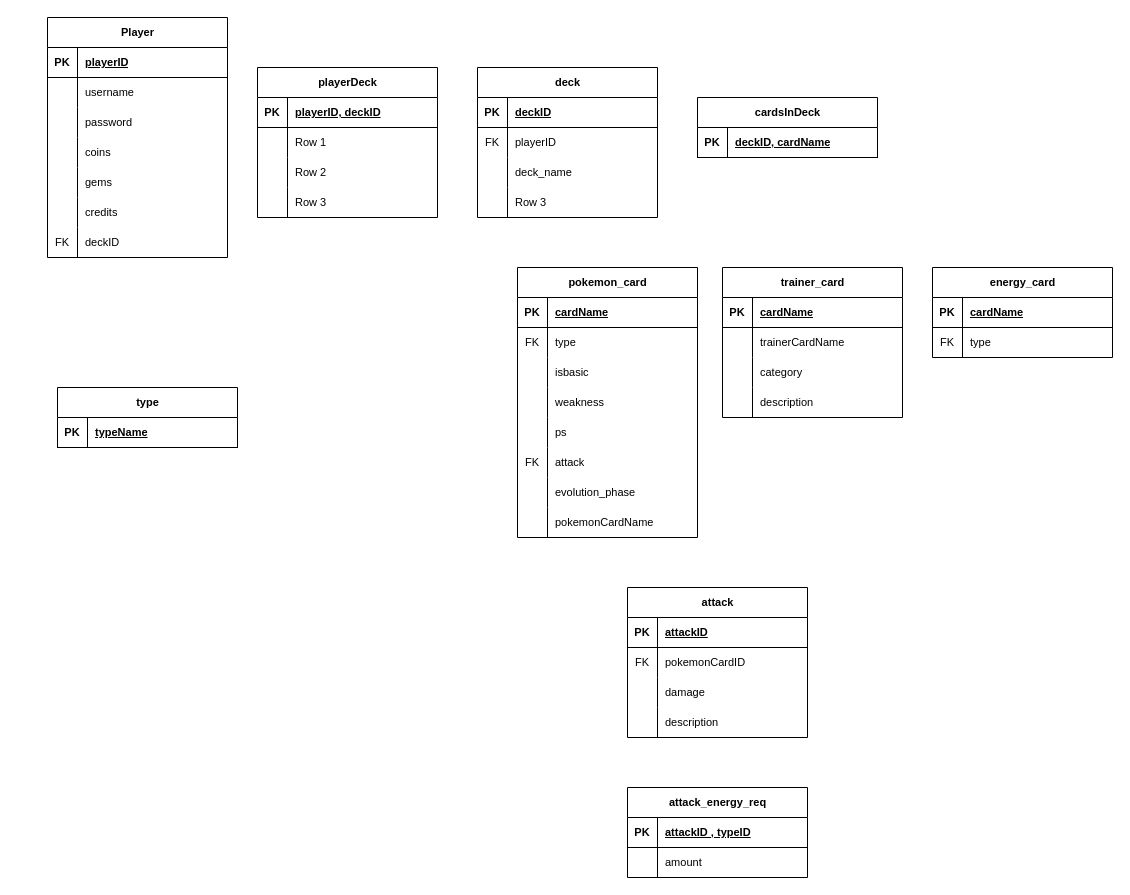
Earlier version of the draw.io diagram basedatos/Untitled Diagram.drawio (sofia-lpz/a01028251_TC2005B). Source tidied: cells renumbered, new cells numbered last; positions are measured from the earlier drawing's top-left corner, leaving out a move shared by most shapes. Both pictures are drawn from the tidied source at 100%, with x=0, y=0 at pixel (47, 17).
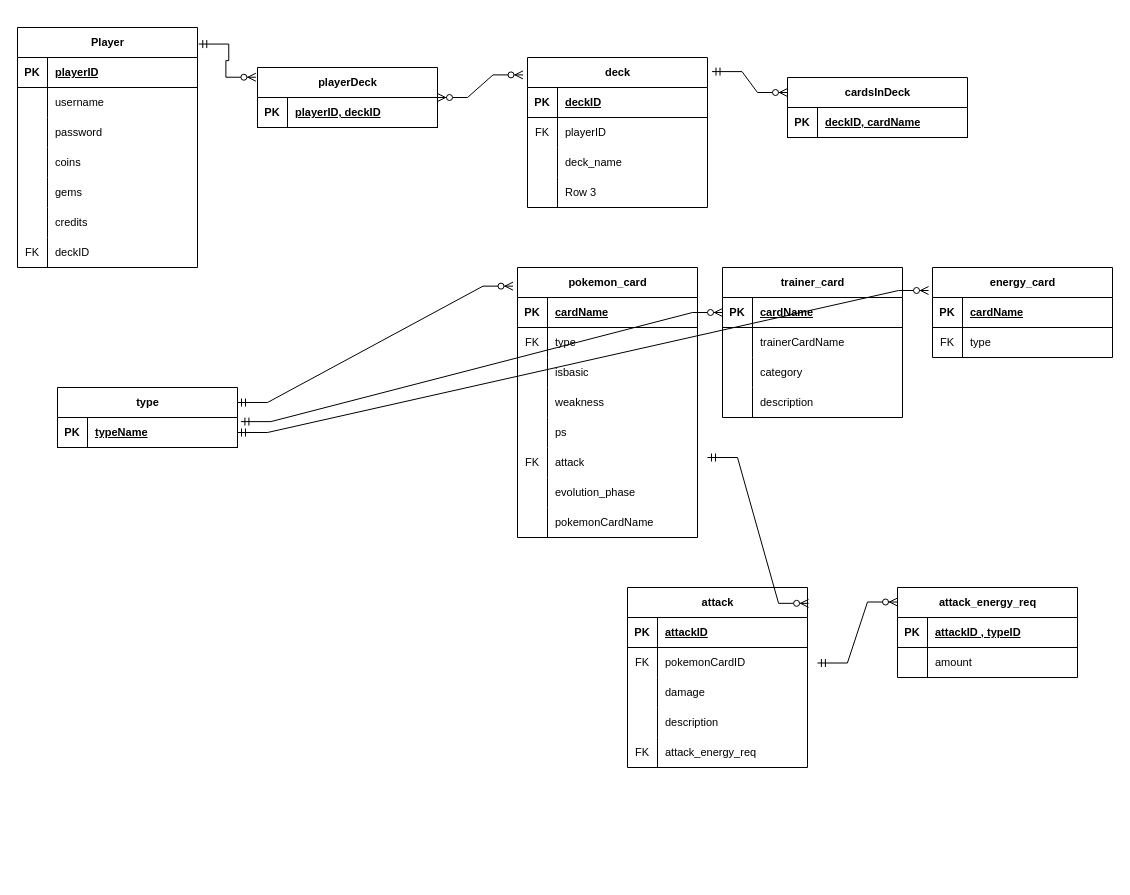
The same diagram, later.

The change refers to these unchanged cells:
```xml
<mxCell id="37" value="type" style="shape=table;startSize=30;childLayout=tableLayout;rowLines=0;fontStyle=1;align=center;html=1;fontFamily=Helvetica;fontSize=11;fontColor=default;labelBackgroundColor=default;" parent="1" vertex="1">
  <mxGeometry x="10" y="370" width="180" height="60" as="geometry" />
</mxCell>
<mxCell id="38" style="shape=tableRow;horizontal=0;startSize=0;swimlaneHead=0;swimlaneBody=0;fillColor=none;points=[[0,0.5],[1,0.5]];portConstraint=eastwest;top=0;left=0;right=0;bottom=1;fontFamily=Helvetica;fontSize=11;fontColor=default;labelBackgroundColor=default;" parent="37" vertex="1">
  <mxGeometry y="30" width="180" height="30" as="geometry" />
</mxCell>
<mxCell id="78" value="pokemon_card" style="shape=table;startSize=30;childLayout=tableLayout;rowLines=0;fontStyle=1;align=center;html=1;fontFamily=Helvetica;fontSize=11;fontColor=default;labelBackgroundColor=default;" parent="1" vertex="1">
  <mxGeometry x="470" y="250" width="180" height="270" as="geometry" />
</mxCell>
<mxCell id="104" style="shape=tableRow;horizontal=0;startSize=0;swimlaneHead=0;swimlaneBody=0;fillColor=none;points=[[0,0.5],[1,0.5]];portConstraint=eastwest;top=0;left=0;right=0;bottom=1;fontFamily=Helvetica;fontSize=11;fontColor=default;labelBackgroundColor=default;" parent="103" vertex="1">
  <mxGeometry y="30" width="180" height="30" as="geometry" />
</mxCell>
<mxCell id="117" style="shape=tableRow;horizontal=0;startSize=0;swimlaneHead=0;swimlaneBody=0;fillColor=none;points=[[0,0.5],[1,0.5]];portConstraint=eastwest;top=0;left=0;right=0;bottom=1;fontFamily=Helvetica;fontSize=11;fontColor=default;labelBackgroundColor=default;" parent="116" vertex="1">
  <mxGeometry y="30" width="180" height="30" as="geometry" />
</mxCell>
```

Diff of the diagram source:
```diff
@@
     <mxCell id="2" value="Player" style="shape=table;startSize=30;childLayout=tableLayout;rowLines=0;fontStyle=1;align=center;html=1;fontFamily=Helvetica;fontSize=11;fontColor=default;labelBackgroundColor=default;" parent="1" vertex="1">
-      <mxGeometry width="180" height="240" as="geometry" />
+      <mxGeometry x="-30" y="10" width="180" height="240" as="geometry" />
     </mxCell>
@@
     <mxCell id="24" value="deck" style="shape=table;startSize=30;childLayout=tableLayout;rowLines=0;fontStyle=1;align=center;html=1;fontFamily=Helvetica;fontSize=11;fontColor=default;labelBackgroundColor=default;" parent="1" vertex="1">
-      <mxGeometry x="430" y="50" width="180" height="150" as="geometry" />
+      <mxGeometry x="480" y="40" width="180" height="150" as="geometry" />
     </mxCell>
@@
     <mxCell id="41" value="attack" style="shape=table;startSize=30;childLayout=tableLayout;rowLines=0;fontStyle=1;align=center;html=1;fontFamily=Helvetica;fontSize=11;fontColor=default;labelBackgroundColor=default;" parent="1" vertex="1">
-      <mxGeometry x="580" y="570" width="180" height="150" as="geometry" />
+      <mxGeometry x="580" y="570" width="180" height="180" as="geometry" />
     </mxCell>
@@
+    <mxCell id="123" style="shape=tableRow;horizontal=0;startSize=0;swimlaneHead=0;swimlaneBody=0;fillColor=none;top=0;left=0;right=0;bottom=0;fontFamily=Helvetica;fontSize=11;fontColor=default;labelBackgroundColor=default;" parent="41" vertex="1">
+      <mxGeometry y="150" width="180" height="30" as="geometry" />
+    </mxCell>
+    <mxCell id="124" value="FK" style="shape=partialRectangle;fillColor=none;top=0;left=0;bottom=0;right=0;overflow=hidden;whiteSpace=wrap;html=1;fontFamily=Helvetica;fontSize=11;fontColor=default;labelBackgroundColor=default;" parent="123" vertex="1">
+      <mxGeometry width="30" height="30" as="geometry" />
+    </mxCell>
+    <mxCell id="125" value="attack_energy_req" style="shape=partialRectangle;fillColor=none;top=0;left=0;bottom=0;right=0;align=left;spacingLeft=6;overflow=hidden;whiteSpace=wrap;html=1;fontFamily=Helvetica;fontSize=11;fontColor=default;labelBackgroundColor=default;" parent="123" vertex="1">
+      <mxGeometry x="30" width="150" height="30" as="geometry" />
+    </mxCell>
     <mxCell id="54" value="attack_energy_req" style="shape=table;startSize=30;childLayout=tableLayout;rowLines=0;fontStyle=1;align=center;html=1;fontFamily=Helvetica;fontSize=11;fontColor=default;labelBackgroundColor=default;" parent="1" vertex="1">
-      <mxGeometry x="580" y="770" width="180" height="90" as="geometry" />
+      <mxGeometry x="850" y="570" width="180" height="90" as="geometry" />
     </mxCell>
@@
     <mxCell id="61" value="cardsInDeck" style="shape=table;startSize=30;childLayout=tableLayout;rowLines=0;fontStyle=1;align=center;html=1;fontFamily=Helvetica;fontSize=11;fontColor=default;labelBackgroundColor=default;" parent="1" vertex="1">
-      <mxGeometry x="650" y="80" width="180" height="60" as="geometry" />
+      <mxGeometry x="740" y="60" width="180" height="60" as="geometry" />
     </mxCell>
@@
     <mxCell id="65" value="playerDeck" style="shape=table;startSize=30;childLayout=tableLayout;rowLines=0;fontStyle=1;align=center;html=1;fontFamily=Helvetica;fontSize=11;fontColor=default;labelBackgroundColor=default;" parent="1" vertex="1">
-      <mxGeometry x="210" y="50" width="180" height="150" as="geometry" />
+      <mxGeometry x="210" y="50" width="180" height="60" as="geometry" />
     </mxCell>
@@
-    <mxCell id="69" style="shape=tableRow;horizontal=0;startSize=0;swimlaneHead=0;swimlaneBody=0;fillColor=none;top=0;left=0;right=0;bottom=0;fontFamily=Helvetica;fontSize=11;fontColor=default;labelBackgroundColor=default;" parent="65" vertex="1">
-      <mxGeometry y="60" width="180" height="30" as="geometry" />
-    </mxCell>
-    <mxCell id="70" style="shape=partialRectangle;fillColor=none;top=0;left=0;bottom=0;right=0;overflow=hidden;whiteSpace=wrap;html=1;fontFamily=Helvetica;fontSize=11;fontColor=default;labelBackgroundColor=default;" parent="69" vertex="1">
-      <mxGeometry width="30" height="30" as="geometry" />
-    </mxCell>
-    <mxCell id="71" value="Row 1" style="shape=partialRectangle;fillColor=none;top=0;left=0;bottom=0;right=0;align=left;spacingLeft=6;overflow=hidden;whiteSpace=wrap;html=1;fontFamily=Helvetica;fontSize=11;fontColor=default;labelBackgroundColor=default;" parent="69" vertex="1">
-      <mxGeometry x="30" width="150" height="30" as="geometry" />
-    </mxCell>
-    <mxCell id="72" style="shape=tableRow;horizontal=0;startSize=0;swimlaneHead=0;swimlaneBody=0;fillColor=none;top=0;left=0;right=0;bottom=0;fontFamily=Helvetica;fontSize=11;fontColor=default;labelBackgroundColor=default;" parent="65" vertex="1">
-      <mxGeometry y="90" width="180" height="30" as="geometry" />
-    </mxCell>
-    <mxCell id="73" style="shape=partialRectangle;fillColor=none;top=0;left=0;bottom=0;right=0;overflow=hidden;whiteSpace=wrap;html=1;fontFamily=Helvetica;fontSize=11;fontColor=default;labelBackgroundColor=default;" parent="72" vertex="1">
-      <mxGeometry width="30" height="30" as="geometry" />
-    </mxCell>
-    <mxCell id="74" value="Row 2" style="shape=partialRectangle;fillColor=none;top=0;left=0;bottom=0;right=0;align=left;spacingLeft=6;overflow=hidden;whiteSpace=wrap;html=1;fontFamily=Helvetica;fontSize=11;fontColor=default;labelBackgroundColor=default;" parent="72" vertex="1">
-      <mxGeometry x="30" width="150" height="30" as="geometry" />
-    </mxCell>
-    <mxCell id="75" style="shape=tableRow;horizontal=0;startSize=0;swimlaneHead=0;swimlaneBody=0;fillColor=none;top=0;left=0;right=0;bottom=0;fontFamily=Helvetica;fontSize=11;fontColor=default;labelBackgroundColor=default;" parent="65" vertex="1">
-      <mxGeometry y="120" width="180" height="30" as="geometry" />
-    </mxCell>
-    <mxCell id="76" style="shape=partialRectangle;fillColor=none;top=0;left=0;bottom=0;right=0;overflow=hidden;whiteSpace=wrap;html=1;fontFamily=Helvetica;fontSize=11;fontColor=default;labelBackgroundColor=default;" parent="75" vertex="1">
-      <mxGeometry width="30" height="30" as="geometry" />
-    </mxCell>
-    <mxCell id="77" value="Row 3" style="shape=partialRectangle;fillColor=none;top=0;left=0;bottom=0;right=0;align=left;spacingLeft=6;overflow=hidden;whiteSpace=wrap;html=1;fontFamily=Helvetica;fontSize=11;fontColor=default;labelBackgroundColor=default;" parent="75" vertex="1">
-      <mxGeometry x="30" width="150" height="30" as="geometry" />
-    </mxCell>
@@
+    <mxCell id="126" style="edgeStyle=entityRelationEdgeStyle;fontSize=12;html=1;endArrow=ERzeroToMany;startArrow=ERmandOne;rounded=0;strokeColor=default;align=center;verticalAlign=middle;fontFamily=Helvetica;fontColor=default;labelBackgroundColor=default;exitX=1.007;exitY=0.069;exitDx=0;exitDy=0;exitPerimeter=0;entryX=-0.009;entryY=0.162;entryDx=0;entryDy=0;entryPerimeter=0;" parent="1" edge="1" source="2" target="65">
+      <mxGeometry relative="1" as="geometry" />
+    </mxCell>
+    <mxCell id="127" style="edgeStyle=entityRelationEdgeStyle;fontSize=12;html=1;endArrow=ERzeroToMany;startArrow=ERmandOne;rounded=0;strokeColor=default;align=center;verticalAlign=middle;fontFamily=Helvetica;fontColor=default;labelBackgroundColor=default;exitX=1;exitY=0.25;exitDx=0;exitDy=0;entryX=-0.025;entryY=0.069;entryDx=0;entryDy=0;entryPerimeter=0;" parent="1" edge="1" source="37" target="78">
+      <mxGeometry relative="1" as="geometry" />
+    </mxCell>
+    <mxCell id="128" style="edgeStyle=entityRelationEdgeStyle;fontSize=12;html=1;endArrow=ERzeroToMany;startArrow=ERmandOne;rounded=0;strokeColor=default;align=center;verticalAlign=middle;fontFamily=Helvetica;fontColor=default;labelBackgroundColor=default;entryX=0;entryY=0.5;entryDx=0;entryDy=0;exitX=1.019;exitY=0.137;exitDx=0;exitDy=0;exitPerimeter=0;" parent="1" edge="1" source="38" target="104">
+      <mxGeometry relative="1" as="geometry" />
+    </mxCell>
+    <mxCell id="129" style="edgeStyle=entityRelationEdgeStyle;fontSize=12;html=1;endArrow=ERzeroToMany;startArrow=ERmandOne;rounded=0;strokeColor=default;align=center;verticalAlign=middle;fontFamily=Helvetica;fontColor=default;labelBackgroundColor=default;exitX=1;exitY=0.5;exitDx=0;exitDy=0;entryX=-0.022;entryY=-0.233;entryDx=0;entryDy=0;entryPerimeter=0;" parent="1" edge="1" source="38" target="117">
+      <mxGeometry relative="1" as="geometry" />
+    </mxCell>
+    <mxCell id="130" style="edgeStyle=entityRelationEdgeStyle;fontSize=12;html=1;endArrow=ERzeroToMany;startArrow=ERmandOne;rounded=0;strokeColor=default;align=center;verticalAlign=middle;fontFamily=Helvetica;fontColor=default;labelBackgroundColor=default;entryX=0;entryY=0.25;entryDx=0;entryDy=0;exitX=1.025;exitY=0.094;exitDx=0;exitDy=0;exitPerimeter=0;" parent="1" edge="1" source="24" target="61">
+      <mxGeometry relative="1" as="geometry" />
+    </mxCell>
+    <mxCell id="131" style="edgeStyle=entityRelationEdgeStyle;fontSize=12;html=1;endArrow=ERzeroToMany;endFill=1;startArrow=ERzeroToMany;rounded=0;strokeColor=default;align=center;verticalAlign=middle;fontFamily=Helvetica;fontColor=default;labelBackgroundColor=default;entryX=-0.025;entryY=0.116;entryDx=0;entryDy=0;entryPerimeter=0;" parent="1" edge="1" target="24">
+      <mxGeometry relative="1" as="geometry">
+        <mxPoint x="390" y="80" as="sourcePoint" />
+      </mxGeometry>
+    </mxCell>
+    <mxCell id="132" style="edgeStyle=entityRelationEdgeStyle;fontSize=12;html=1;endArrow=ERzeroToMany;startArrow=ERmandOne;rounded=0;strokeColor=default;align=center;verticalAlign=middle;fontFamily=Helvetica;fontColor=default;labelBackgroundColor=default;entryX=1.006;entryY=0.088;entryDx=0;entryDy=0;entryPerimeter=0;" parent="1" edge="1" target="41">
+      <mxGeometry relative="1" as="geometry">
+        <mxPoint x="660" y="440" as="sourcePoint" />
+        <Array as="points">
+          <mxPoint x="440" y="570" />
+          <mxPoint x="450" y="560" />
+          <mxPoint x="450" y="550" />
+          <mxPoint x="450" y="570" />
+        </Array>
+      </mxGeometry>
+    </mxCell>
+    <mxCell id="133" style="edgeStyle=entityRelationEdgeStyle;fontSize=12;html=1;endArrow=ERzeroToMany;startArrow=ERmandOne;rounded=0;strokeColor=default;align=center;verticalAlign=middle;fontFamily=Helvetica;fontColor=default;labelBackgroundColor=default;exitX=1.037;exitY=0.583;exitDx=0;exitDy=0;exitPerimeter=0;entryX=-0.018;entryY=0.184;entryDx=0;entryDy=0;entryPerimeter=0;" parent="1" edge="1">
+      <mxGeometry relative="1" as="geometry">
+        <mxPoint x="769.9" y="645.5" as="sourcePoint" />
+        <mxPoint x="850" y="584.5" as="targetPoint" />
+      </mxGeometry>
+    </mxCell>
```
